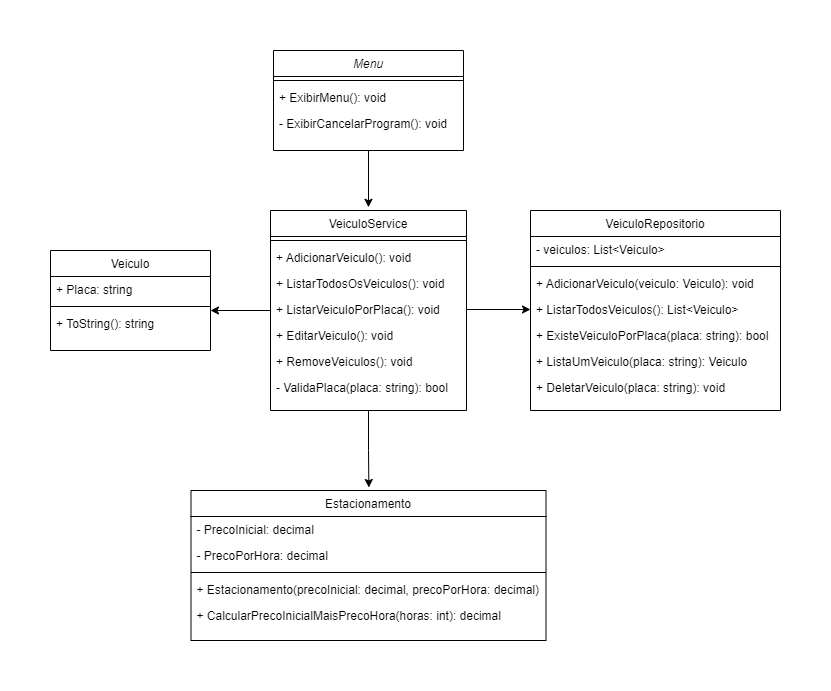
The draw.io diagram image/diagramaClasse.drawio.png in digitalinnovationone/trilha-net-fundamentos-desafio, before a commit. Source tidied: cells renumbered, new cells last; positions are measured from the earlier drawing's top-left corner, leaving out a move shared by most shapes.
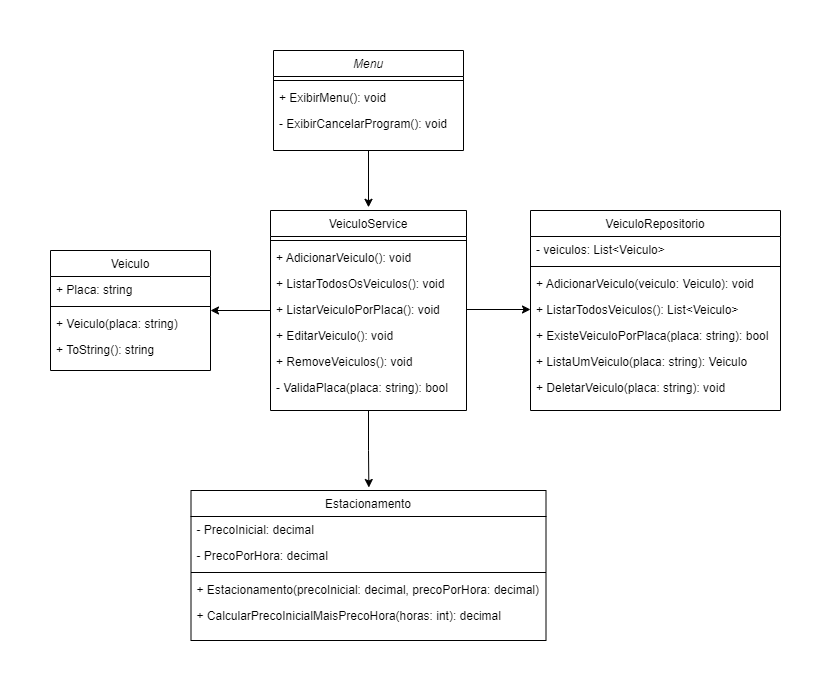
Above is the later version.

Commit message:
Atualização da classe Veículo

The edit, as a diff of the source:
```diff
@@ -15,7 +15,7 @@
       <mxGeometry y="60" width="190" height="26" as="geometry" />
     </mxCell>
     <mxCell id="6" value="Veiculo" style="swimlane;fontStyle=0;align=center;verticalAlign=top;horizontal=1;startSize=26;rounded=0;shadow=0;strokeWidth=1;" parent="1" vertex="1">
-      <mxGeometry y="200" width="160" height="100" as="geometry" />
+      <mxGeometry y="200" width="160" height="120" as="geometry" />
     </mxCell>
     <mxCell id="7" value="+ Placa: string" style="text;align=left;verticalAlign=top;spacingLeft=4;spacingRight=4;overflow=hidden;" parent="6" vertex="1">
       <mxGeometry y="26" width="160" height="26" as="geometry" />
@@ -23,9 +23,12 @@
     <mxCell id="8" style="line;html=1;strokeWidth=1;align=left;verticalAlign=middle;spacingTop=-1;spacingLeft=3;spacingRight=3;labelPosition=right;" parent="6" vertex="1">
       <mxGeometry y="52" width="160" height="8" as="geometry" />
     </mxCell>
-    <mxCell id="9" value="+ ToString(): string" style="text;align=left;verticalAlign=top;spacingLeft=4;spacingRight=4;overflow=hidden;" parent="6" vertex="1">
+    <mxCell id="9" value="+ Veiculo(placa: string)" style="text;align=left;verticalAlign=top;spacingLeft=4;spacingRight=4;overflow=hidden;" parent="6" vertex="1">
       <mxGeometry y="60" width="160" height="26" as="geometry" />
     </mxCell>
+    <mxCell id="36" value="+ ToString(): string" style="text;align=left;verticalAlign=top;spacingLeft=4;spacingRight=4;overflow=hidden;" parent="6" vertex="1">
+      <mxGeometry y="86" width="160" height="26" as="geometry" />
+    </mxCell>
     <mxCell id="10" value="VeiculoRepositorio" style="swimlane;fontStyle=0;align=center;verticalAlign=top;horizontal=1;startSize=26;rounded=0;shadow=0;strokeWidth=1;" parent="1" vertex="1">
       <mxGeometry x="480" y="160" width="250" height="200" as="geometry" />
     </mxCell>
```
